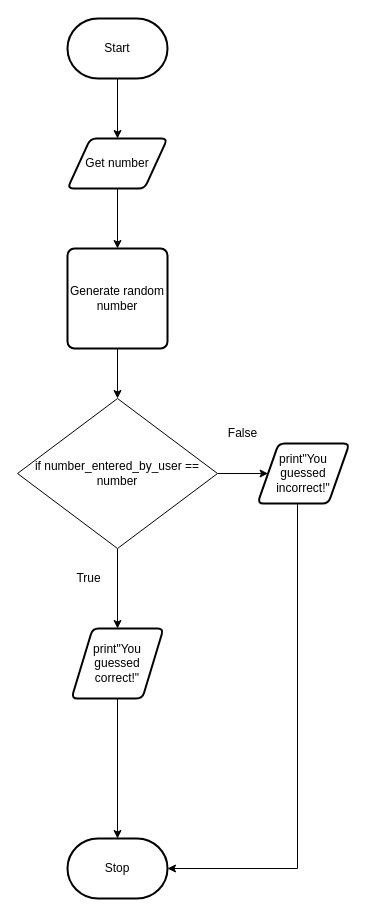
The draw.io diagram flowchart.drawio in michael-clermont1/ICS3U-Assignment-6-Python, before the edit. Source tidied: cells renumbered, new cells numbered last; positions are measured from the earlier drawing's top-left corner, leaving out a move shared by most shapes. Both pictures are drawn from the tidied source at 100%, with x=0, y=0 at pixel (17, 18).
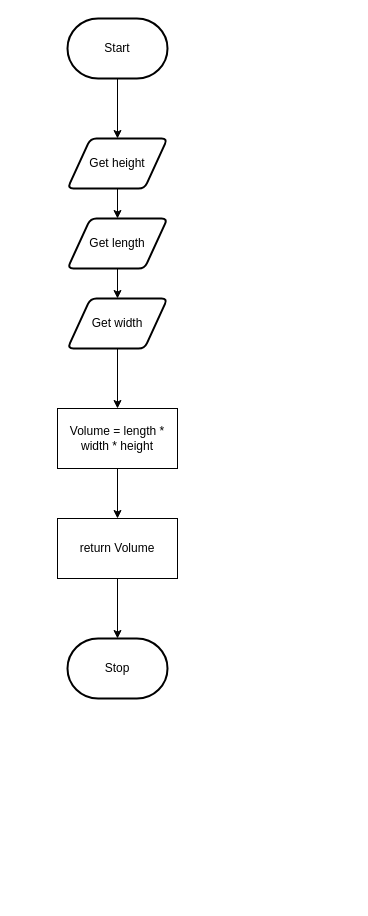
After the change.

Diff of the diagram source:
```diff
@@
 <mxGraphModel>
   <root>
     <mxCell id="0" />
     <mxCell id="1" parent="0" />
-    <mxCell id="2" style="edgeStyle=orthogonalEdgeStyle;rounded=0;html=1;exitX=0.5;exitY=1;exitDx=0;exitDy=0;entryX=0.5;entryY=0;entryDx=0;entryDy=0;" parent="1" edge="1" source="3" target="17">
-      <mxGeometry relative="1" as="geometry" />
-    </mxCell>
+    <mxCell id="18" style="edgeStyle=orthogonalEdgeStyle;html=1;entryX=0.5;entryY=0;entryDx=0;entryDy=0;rounded=0;" parent="1" edge="1" source="3" target="16">
+      <mxGeometry relative="1" as="geometry" />
+    </mxCell>
-    <mxCell id="3" value="Get number" style="shape=parallelogram;html=1;strokeWidth=2;perimeter=parallelogramPerimeter;whiteSpace=wrap;rounded=1;arcSize=12;size=0.23;" parent="1" vertex="1">
+    <mxCell id="3" value="Get height" style="shape=parallelogram;html=1;strokeWidth=2;perimeter=parallelogramPerimeter;whiteSpace=wrap;rounded=1;arcSize=12;size=0.23;" parent="1" vertex="1">
       <mxGeometry x="50" y="120" width="100" height="50" as="geometry" />
     </mxCell>
     <mxCell id="4" style="edgeStyle=orthogonalEdgeStyle;rounded=0;html=1;entryX=0.5;entryY=0;entryDx=0;entryDy=0;" parent="1" edge="1" source="5" target="3">
       <mxGeometry relative="1" as="geometry" />
     </mxCell>
     <mxCell id="5" value="Start" style="strokeWidth=2;html=1;shape=mxgraph.flowchart.terminator;whiteSpace=wrap;" parent="1" vertex="1">
       <mxGeometry x="50" width="100" height="60" as="geometry" />
     </mxCell>
     <mxCell id="6" value="Stop" style="strokeWidth=2;html=1;shape=mxgraph.flowchart.terminator;whiteSpace=wrap;" parent="1" vertex="1">
-      <mxGeometry x="50" y="820" width="100" height="60" as="geometry" />
+      <mxGeometry x="50" y="620" width="100" height="60" as="geometry" />
     </mxCell>
-    <mxCell id="7" style="edgeStyle=orthogonalEdgeStyle;rounded=0;html=1;entryX=0.5;entryY=0;entryDx=0;entryDy=0;entryPerimeter=0;" parent="1" edge="1" source="8" target="6">
-      <mxGeometry relative="1" as="geometry" />
-    </mxCell>
-    <mxCell id="8" value="print&quot;You guessed correct!&quot;" style="shape=parallelogram;html=1;strokeWidth=2;perimeter=parallelogramPerimeter;whiteSpace=wrap;rounded=1;arcSize=12;size=0.23;" parent="1" vertex="1">
-      <mxGeometry x="54" y="610" width="92" height="70" as="geometry" />
-    </mxCell>
-    <mxCell id="9" style="edgeStyle=orthogonalEdgeStyle;rounded=0;html=1;entryX=1;entryY=0.5;entryDx=0;entryDy=0;entryPerimeter=0;" parent="1" edge="1" source="10" target="6">
-      <mxGeometry relative="1" as="geometry">
-        <Array as="points">
-          <mxPoint x="280" y="850" />
-        </Array>
-      </mxGeometry>
-    </mxCell>
-    <mxCell id="10" value="print&quot;You guessed incorrect!&quot;" style="shape=parallelogram;html=1;strokeWidth=2;perimeter=parallelogramPerimeter;whiteSpace=wrap;rounded=1;arcSize=12;size=0.23;" parent="1" vertex="1">
-      <mxGeometry x="240" y="425" width="92" height="60" as="geometry" />
-    </mxCell>
-    <mxCell id="11" style="edgeStyle=none;html=1;entryX=0.5;entryY=0;entryDx=0;entryDy=0;" parent="1" edge="1" source="13" target="8">
-      <mxGeometry relative="1" as="geometry" />
-    </mxCell>
-    <mxCell id="12" style="edgeStyle=orthogonalEdgeStyle;html=1;entryX=0;entryY=0.5;entryDx=0;entryDy=0;" parent="1" edge="1" source="13" target="10">
-      <mxGeometry relative="1" as="geometry" />
-    </mxCell>
-    <mxCell id="13" value="&lt;span&gt;if number_entered_by_user == number&lt;/span&gt;" style="rhombus;whiteSpace=wrap;html=1;" parent="1" vertex="1">
-      <mxGeometry y="380" width="200" height="150" as="geometry" />
-    </mxCell>
-    <mxCell id="14" value="False" style="text;html=1;align=center;verticalAlign=middle;fillColor=none;strokeColor=none;rounded=0;" parent="1" vertex="1">
-      <mxGeometry x="200" y="405" width="50" height="20" as="geometry" />
-    </mxCell>
-    <mxCell id="15" value="True" style="text;html=1;align=center;verticalAlign=middle;fillColor=none;strokeColor=none;rounded=0;" parent="1" vertex="1">
-      <mxGeometry x="51" y="550" width="40" height="20" as="geometry" />
-    </mxCell>
+    <mxCell id="19" style="edgeStyle=orthogonalEdgeStyle;rounded=0;html=1;entryX=0.5;entryY=0;entryDx=0;entryDy=0;" parent="1" edge="1" source="16" target="21">
+      <mxGeometry relative="1" as="geometry" />
+    </mxCell>
-    <mxCell id="16" style="edgeStyle=orthogonalEdgeStyle;rounded=0;html=1;entryX=0.5;entryY=0;entryDx=0;entryDy=0;" parent="1" edge="1" source="17" target="13">
-      <mxGeometry relative="1" as="geometry" />
+    <mxCell id="16" value="Get length" style="shape=parallelogram;html=1;strokeWidth=2;perimeter=parallelogramPerimeter;whiteSpace=wrap;rounded=1;arcSize=12;size=0.23;" parent="1" vertex="1">
+      <mxGeometry x="50" y="200" width="100" height="50" as="geometry" />
     </mxCell>
-    <mxCell id="17" value="Generate random number" style="rounded=1;whiteSpace=wrap;html=1;absoluteArcSize=1;arcSize=14;strokeWidth=2;" parent="1" vertex="1">
-      <mxGeometry x="50" y="230" width="100" height="100" as="geometry" />
-    </mxCell>
+    <mxCell id="20" style="edgeStyle=orthogonalEdgeStyle;rounded=0;html=1;" parent="1" edge="1" source="21" target="23">
+      <mxGeometry relative="1" as="geometry" />
+    </mxCell>
+    <mxCell id="21" value="Get width" style="shape=parallelogram;html=1;strokeWidth=2;perimeter=parallelogramPerimeter;whiteSpace=wrap;rounded=1;arcSize=12;size=0.23;" parent="1" vertex="1">
+      <mxGeometry x="50" y="280" width="100" height="50" as="geometry" />
+    </mxCell>
+    <mxCell id="22" style="edgeStyle=orthogonalEdgeStyle;rounded=0;html=1;entryX=0.5;entryY=0;entryDx=0;entryDy=0;" parent="1" edge="1" source="23" target="25">
+      <mxGeometry relative="1" as="geometry" />
+    </mxCell>
+    <mxCell id="23" value="Volume = length * width * height" style="rounded=0;whiteSpace=wrap;html=1;" parent="1" vertex="1">
+      <mxGeometry x="40" y="390" width="120" height="60" as="geometry" />
+    </mxCell>
+    <mxCell id="24" style="edgeStyle=orthogonalEdgeStyle;rounded=0;html=1;entryX=0.5;entryY=0;entryDx=0;entryDy=0;entryPerimeter=0;" parent="1" edge="1" source="25" target="6">
+      <mxGeometry relative="1" as="geometry" />
+    </mxCell>
+    <mxCell id="25" value="return Volume" style="rounded=0;whiteSpace=wrap;html=1;" parent="1" vertex="1">
+      <mxGeometry x="40" y="500" width="120" height="60" as="geometry" />
+    </mxCell>
   </root>
 </mxGraphModel>
```
